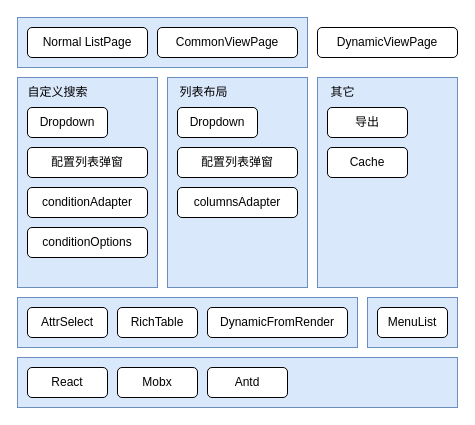
This is page "第 2 页" (2 of 3) of dynamic_view.drawio from SikyChen/diagrams, a draw.io file, before an edit. Source tidied: cells renumbered, new cells numbered last; positions are measured from the earlier drawing's top-left corner, leaving out a move shared by most shapes. Both pictures are drawn from the tidied source at 100%, with x=0, y=0 at pixel (17, 17).
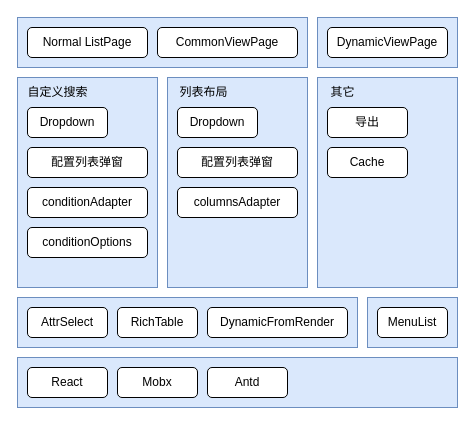
Above is the later version.

The edit, as a diff of the source:
```diff
@@
+    <mxCell id="31" style="rounded=0;whiteSpace=wrap;html=1;fillColor=#dae8fc;strokeColor=#6c8ebf;" parent="1" vertex="1">
+      <mxGeometry x="300" width="140" height="50" as="geometry" />
+    </mxCell>
@@
     <mxCell id="28" value="DynamicViewPage" style="rounded=1;whiteSpace=wrap;html=1;" parent="1" vertex="1">
-      <mxGeometry x="300" y="10" width="140" height="30" as="geometry" />
+      <mxGeometry x="310" y="10" width="120" height="30" as="geometry" />
     </mxCell>
```
